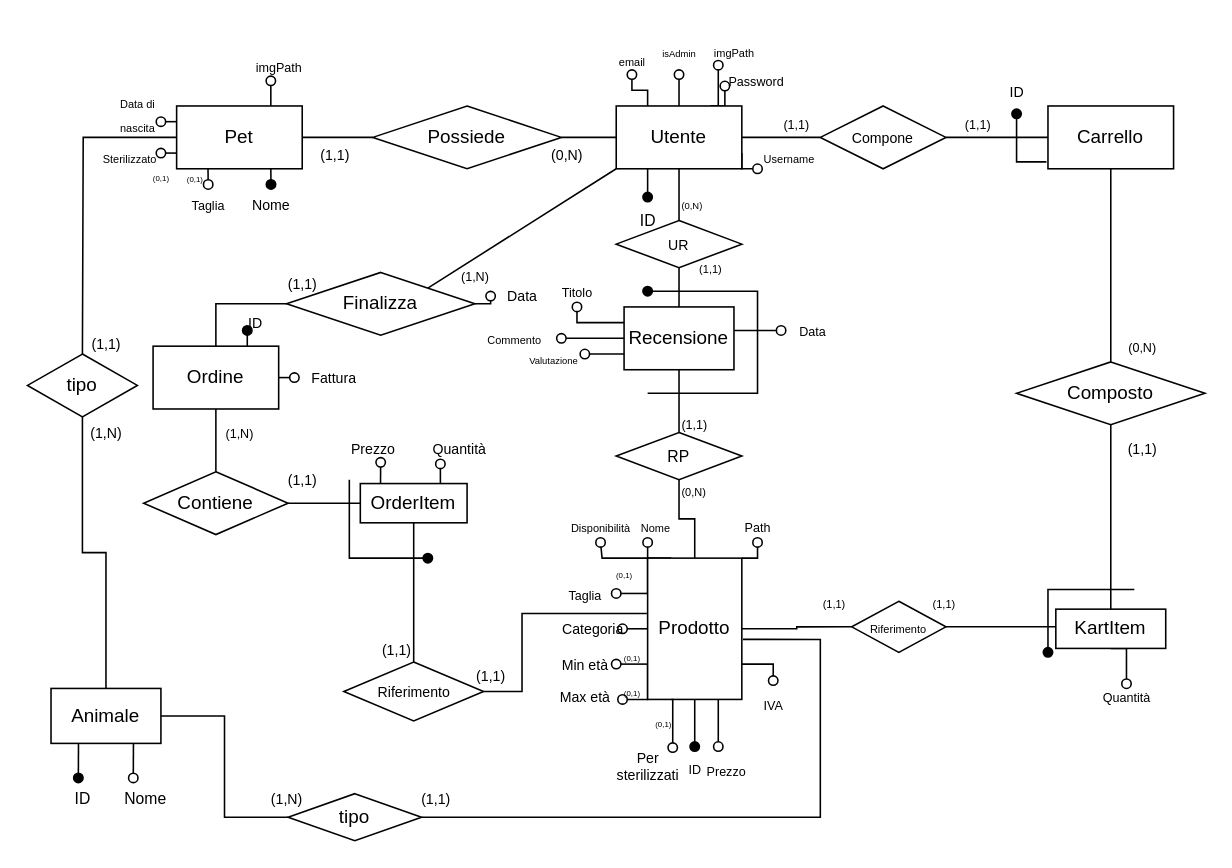
NumberZeroo/TSW_Proj keeps this draw.io diagram as Documenti/DrawIo&Images/DarwinShopNormalized.drawio. Above is the earlier version. Source tidied: cells renumbered, new cells numbered last; positions are measured from the earlier drawing's top-left corner, leaving out a move shared by most shapes. Both pictures are drawn from the tidied source at 157%, with x=0, y=0 at pixel (27, 27).
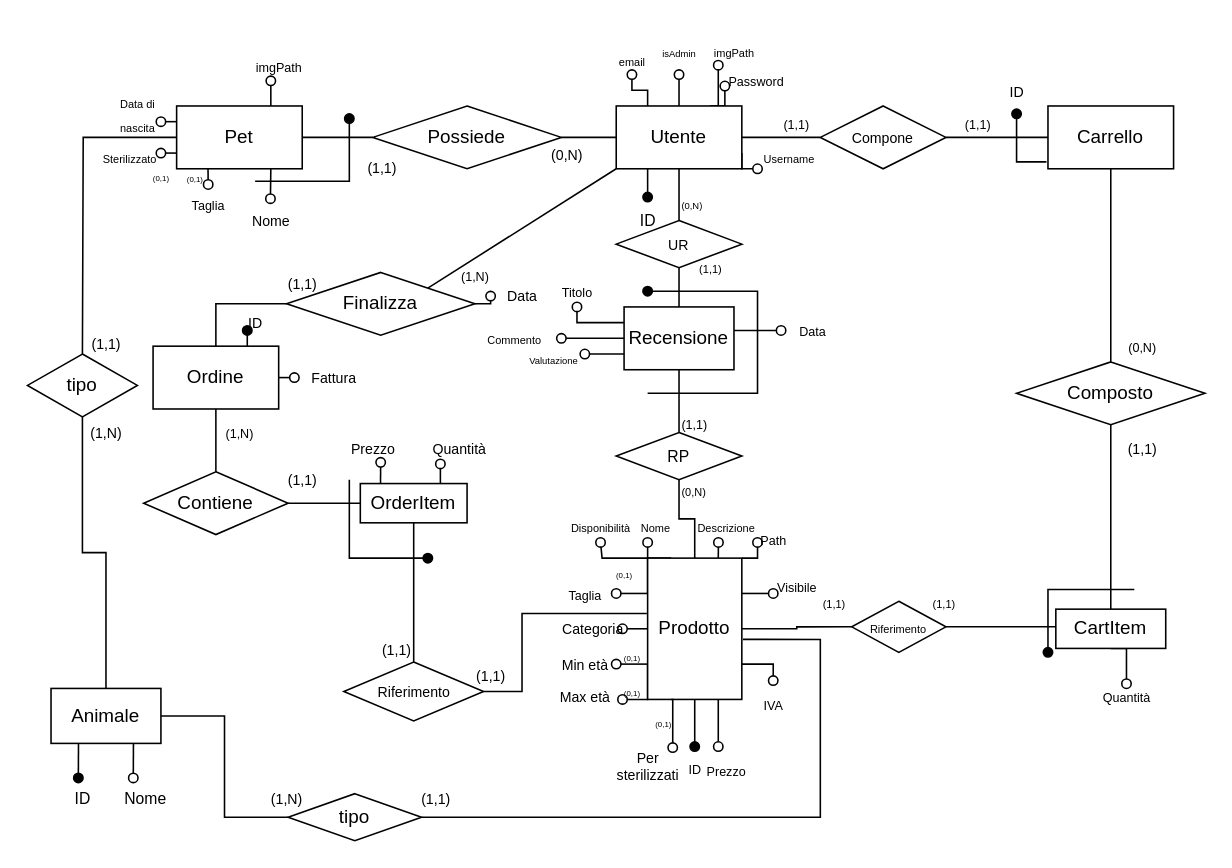
After the change.

Unchanged cells that the change refers to:
```xml
<mxCell id="22" value="Pet" style="whiteSpace=wrap;html=1;align=center;" parent="1" vertex="1">
  <mxGeometry x="95" y="50" width="80" height="40" as="geometry" />
</mxCell>
<mxCell id="39" value="Prodotto" style="whiteSpace=wrap;html=1;align=center;" parent="1" vertex="1">
  <mxGeometry x="395" y="338" width="60" height="90" as="geometry" />
</mxCell>
```

What changed in the source:
```diff
@@
-    <mxCell id="16" style="edgeStyle=orthogonalEdgeStyle;rounded=0;jettySize=auto;html=1;exitX=0.75;exitY=1;exitDx=0;exitDy=0;endArrow=oval;endFill=1;" parent="1" edge="1" source="22">
-      <mxGeometry relative="1" as="geometry">
-        <mxPoint x="155.1" y="100" as="targetPoint" />
-      </mxGeometry>
+    <mxCell id="16" style="edgeStyle=orthogonalEdgeStyle;rounded=0;jettySize=auto;html=1;exitX=0.75;exitY=1;exitDx=0;exitDy=0;endArrow=oval;endFill=0;entryX=0.495;entryY=0.035;entryDx=0;entryDy=0;entryPerimeter=0;" parent="1" edge="1" source="22" target="61">
+      <mxGeometry relative="1" as="geometry" />
     </mxCell>
@@
+    <mxCell id="145" style="edgeStyle=orthogonalEdgeStyle;rounded=0;jettySize=auto;html=1;exitX=1;exitY=0.25;exitDx=0;exitDy=0;endArrow=oval;endFill=0;" parent="1" edge="1" source="39">
+      <mxGeometry relative="1" as="geometry">
+        <mxPoint x="475" y="360.6" as="targetPoint" />
+      </mxGeometry>
+    </mxCell>
+    <mxCell id="146" style="edgeStyle=orthogonalEdgeStyle;rounded=0;jettySize=auto;html=1;exitX=0.75;exitY=0;exitDx=0;exitDy=0;endArrow=oval;endFill=0;" parent="1" edge="1" source="39">
+      <mxGeometry relative="1" as="geometry">
+        <mxPoint x="440.1" y="328" as="targetPoint" />
+      </mxGeometry>
+    </mxCell>
@@
     <mxCell id="50" value="&lt;font style=&quot;font-size: 9px;&quot;&gt;(1,1)&lt;/font&gt;" style="text;html=1;align=left;verticalAlign=bottom;strokeColor=none;fillColor=none;" parent="1" vertex="1">
-      <mxGeometry x="185" y="60" width="40" height="30" as="geometry" />
+      <mxGeometry x="215" y="68" width="40" height="30" as="geometry" />
     </mxCell>
@@
     <mxCell id="61" value="&lt;font style=&quot;font-size: 9px;&quot;&gt;Nome&lt;/font&gt;" style="text;html=1;align=center;verticalAlign=middle;points=[];strokeColor=none;fillColor=none;" parent="1" vertex="1">
-      <mxGeometry x="130" y="98" width="50" height="30" as="geometry" />
+      <mxGeometry x="130" y="108" width="50" height="30" as="geometry" />
     </mxCell>
@@
     <mxCell id="74" value="&lt;font style=&quot;font-size: 8px;&quot;&gt;Path&lt;/font&gt;" style="text;html=1;align=center;verticalAlign=middle;strokeColor=none;fillColor=none;" parent="1" vertex="1">
-      <mxGeometry x="445" y="303" width="40" height="30" as="geometry" />
+      <mxGeometry x="455" y="310.5" width="40" height="30" as="geometry" />
     </mxCell>
@@
-    <mxCell id="94" value="KartItem" style="rounded=0;whiteSpace=wrap;html=1;" parent="1" vertex="1">
+    <mxCell id="94" value="CartItem" style="rounded=0;whiteSpace=wrap;html=1;" parent="1" vertex="1">
       <mxGeometry x="655" y="370.5" width="70" height="25" as="geometry" />
     </mxCell>
@@
+    <mxCell id="147" value="&lt;font style=&quot;font-size: 8px;&quot;&gt;Visibile&lt;/font&gt;" style="text;html=1;align=center;verticalAlign=middle;strokeColor=none;fillColor=none;" parent="1" vertex="1">
+      <mxGeometry x="465" y="340.5" width="50" height="30" as="geometry" />
+    </mxCell>
+    <mxCell id="148" value="&lt;font style=&quot;font-size: 7px;&quot;&gt;Descrizione&lt;/font&gt;" style="text;html=1;align=center;verticalAlign=middle;strokeColor=none;fillColor=none;" parent="1" vertex="1">
+      <mxGeometry x="415" y="303" width="60" height="30" as="geometry" />
+    </mxCell>
+    <mxCell id="149" style="edgeStyle=none;orthogonalLoop=1;jettySize=auto;html=1;rounded=0;endArrow=oval;endFill=1;" parent="1" edge="1">
+      <mxGeometry relative="1" as="geometry">
+        <mxPoint x="145" y="98" as="sourcePoint" />
+        <mxPoint x="205" y="58" as="targetPoint" />
+        <Array as="points">
+          <mxPoint x="205" y="98" />
+        </Array>
+      </mxGeometry>
+    </mxCell>
+    <mxCell id="150" value="&lt;div&gt;&lt;br&gt;&lt;/div&gt;" style="edgeLabel;html=1;align=center;verticalAlign=middle;" parent="149" vertex="1">
+      <mxGeometry x="0.1" relative="1" as="geometry" />
+    </mxCell>
```
